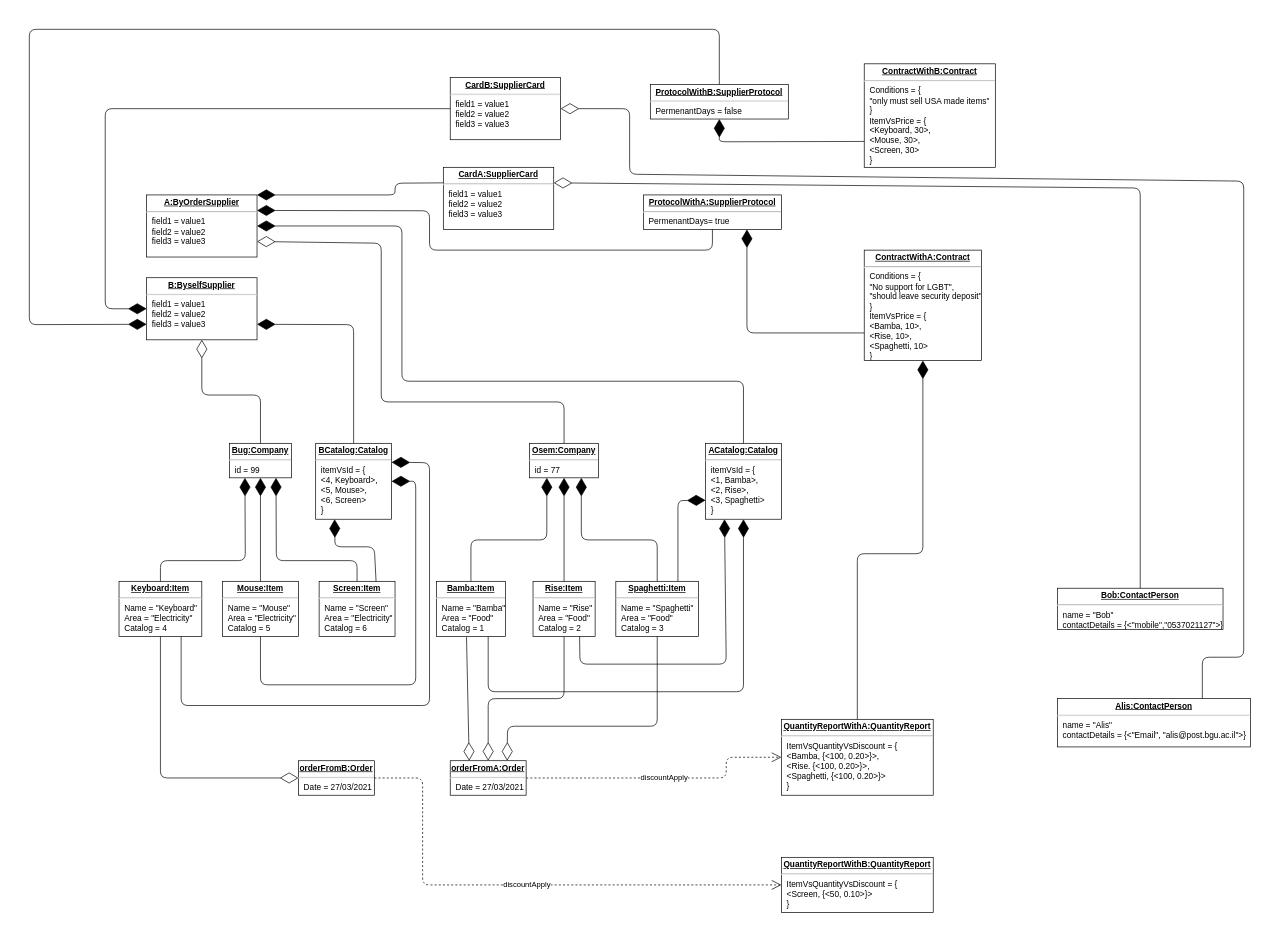
Before: docs/Object Diagram.drawio in TariqGanem/Software-Analysis-Design, a draw.io diagram. Source tidied: cells renumbered, new cells numbered last; positions are measured from the earlier drawing's top-left corner, leaving out a move shared by most shapes. Both pictures are drawn from the tidied source at 69%, with x=0, y=0 at pixel (29, 29).
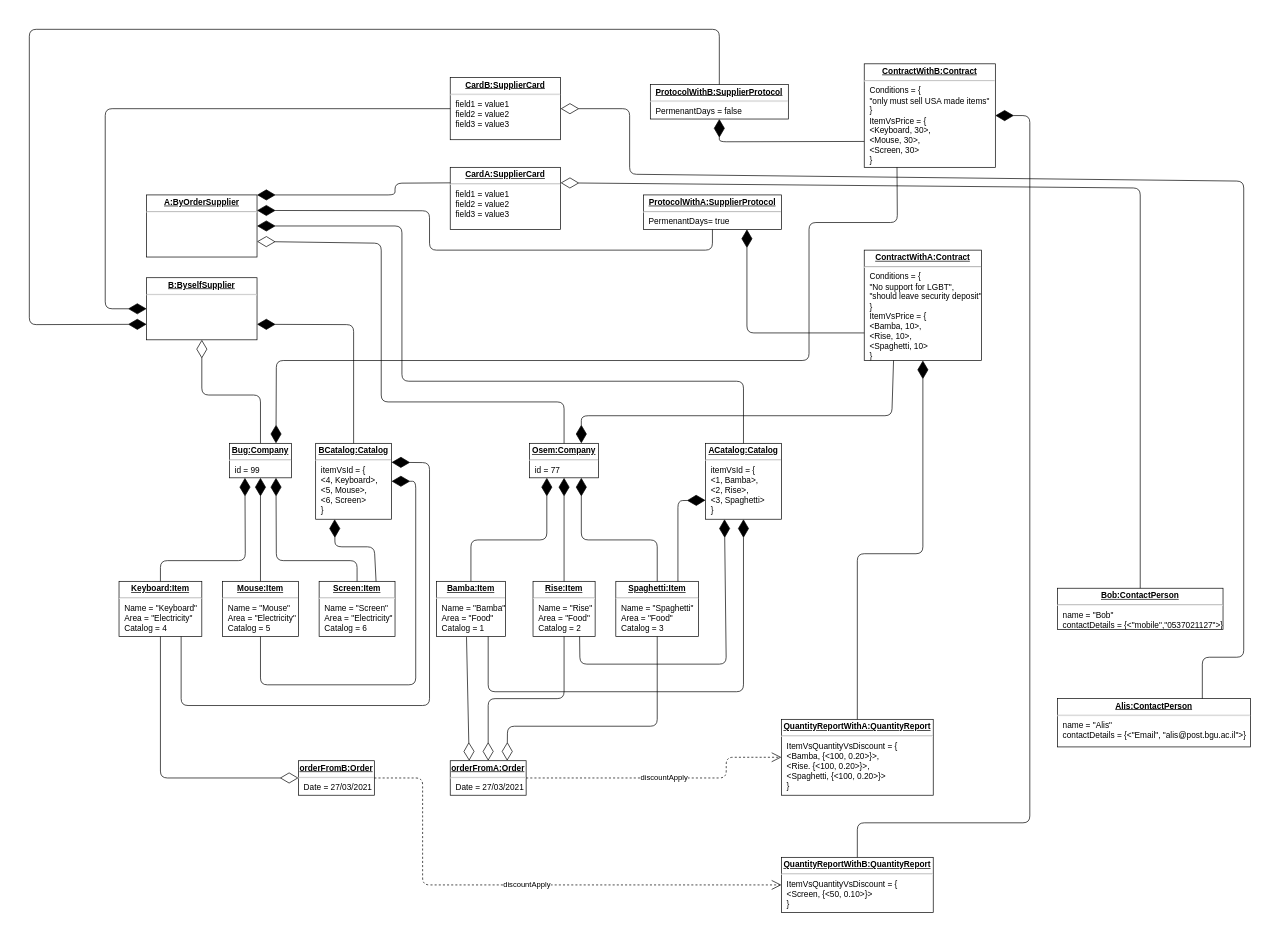
The same diagram, later.

Unchanged cells that the change refers to:
```xml
<mxCell id="6" value="&lt;p style=&quot;margin: 0px ; margin-top: 4px ; text-align: center ; text-decoration: underline&quot;&gt;&lt;b&gt;ContractWithB:Contract&lt;/b&gt;&lt;/p&gt;&lt;hr&gt;&lt;p style=&quot;margin: 0px 0px 0px 8px&quot;&gt;Conditions = {&lt;/p&gt;&lt;p style=&quot;margin: 0px 0px 0px 8px&quot;&gt;&quot;only must sell USA made items&quot;&lt;/p&gt;&lt;p style=&quot;margin: 0px 0px 0px 8px&quot;&gt;&lt;span&gt;}&lt;/span&gt;&lt;br&gt;&lt;/p&gt;&lt;p style=&quot;margin: 0px 0px 0px 8px&quot;&gt;ItemVsPrice = {&lt;/p&gt;&lt;p style=&quot;margin: 0px 0px 0px 8px&quot;&gt;&amp;lt;Keyboard, 30&amp;gt;,&lt;/p&gt;&lt;p style=&quot;margin: 0px 0px 0px 8px&quot;&gt;&amp;lt;Mouse, 30&amp;gt;,&lt;/p&gt;&lt;p style=&quot;margin: 0px 0px 0px 8px&quot;&gt;&amp;lt;Screen, 30&amp;gt;&lt;/p&gt;&lt;p style=&quot;margin: 0px 0px 0px 8px&quot;&gt;}&lt;/p&gt;" style="verticalAlign=top;align=left;overflow=fill;fontSize=12;fontFamily=Helvetica;html=1;" parent="1" vertex="1">
  <mxGeometry x="1210" y="50" width="190" height="150" as="geometry" />
</mxCell>
<mxCell id="7" value="&lt;p style=&quot;margin: 0px ; margin-top: 4px ; text-align: center ; text-decoration: underline&quot;&gt;&lt;b&gt;ContractWithA:Contract&lt;/b&gt;&lt;/p&gt;&lt;hr&gt;&lt;p style=&quot;margin: 0px ; margin-left: 8px&quot;&gt;Conditions = {&lt;/p&gt;&lt;p style=&quot;margin: 0px ; margin-left: 8px&quot;&gt;&quot;No support for LGBT&quot;,&lt;/p&gt;&lt;p style=&quot;margin: 0px ; margin-left: 8px&quot;&gt;&quot;should leave security deposit&quot;&lt;/p&gt;&lt;p style=&quot;margin: 0px ; margin-left: 8px&quot;&gt;}&lt;/p&gt;&lt;p style=&quot;margin: 0px ; margin-left: 8px&quot;&gt;ItemVsPrice = {&lt;/p&gt;&lt;p style=&quot;margin: 0px ; margin-left: 8px&quot;&gt;&amp;lt;Bamba, 10&amp;gt;,&lt;/p&gt;&lt;p style=&quot;margin: 0px ; margin-left: 8px&quot;&gt;&amp;lt;Rise, 10&amp;gt;,&lt;/p&gt;&lt;p style=&quot;margin: 0px ; margin-left: 8px&quot;&gt;&amp;lt;Spaghetti, 10&amp;gt;&lt;/p&gt;&lt;p style=&quot;margin: 0px ; margin-left: 8px&quot;&gt;&lt;span&gt;}&lt;/span&gt;&lt;/p&gt;" style="verticalAlign=top;align=left;overflow=fill;fontSize=12;fontFamily=Helvetica;html=1;" parent="1" vertex="1">
  <mxGeometry x="1210" y="320" width="170" height="160" as="geometry" />
</mxCell>
<mxCell id="10" value="&lt;p style=&quot;margin: 0px ; margin-top: 4px ; text-align: center ; text-decoration: underline&quot;&gt;&lt;b&gt;Osem:Company&lt;/b&gt;&lt;/p&gt;&lt;hr&gt;&lt;p style=&quot;margin: 0px ; margin-left: 8px&quot;&gt;id = 77&lt;br&gt;&lt;br&gt;&lt;/p&gt;" style="verticalAlign=top;align=left;overflow=fill;fontSize=12;fontFamily=Helvetica;html=1;" parent="1" vertex="1">
  <mxGeometry x="725" y="600" width="100" height="50" as="geometry" />
</mxCell>
<mxCell id="11" value="&lt;p style=&quot;margin: 0px ; margin-top: 4px ; text-align: center ; text-decoration: underline&quot;&gt;&lt;b&gt;QuantityReportWithB:QuantityReport&lt;/b&gt;&lt;/p&gt;&lt;hr&gt;&lt;p style=&quot;margin: 0px 0px 0px 8px&quot;&gt;ItemVsQuantityVsDiscount = {&amp;nbsp;&lt;/p&gt;&lt;p style=&quot;margin: 0px 0px 0px 8px&quot;&gt;&lt;span&gt;&amp;lt;Screen, {&amp;lt;50, 0.10&amp;gt;}&amp;gt;&lt;/span&gt;&lt;/p&gt;&lt;p style=&quot;margin: 0px 0px 0px 8px&quot;&gt;}&lt;/p&gt;" style="verticalAlign=top;align=left;overflow=fill;fontSize=12;fontFamily=Helvetica;html=1;" parent="1" vertex="1">
  <mxGeometry x="1090" y="1200" width="220" height="80" as="geometry" />
</mxCell>
<mxCell id="26" value="&lt;p style=&quot;margin: 0px ; margin-top: 4px ; text-align: center ; text-decoration: underline&quot;&gt;&lt;b&gt;Bug:Company&lt;/b&gt;&lt;/p&gt;&lt;hr&gt;&lt;p style=&quot;margin: 0px ; margin-left: 8px&quot;&gt;id = 99&lt;br&gt;&lt;/p&gt;" style="verticalAlign=top;align=left;overflow=fill;fontSize=12;fontFamily=Helvetica;html=1;" parent="25" vertex="1">
  <mxGeometry x="160" width="90" height="50" as="geometry" />
</mxCell>
```

Diff of the diagram source:
```diff
@@
-    <mxCell id="3" value="&lt;p style=&quot;margin: 0px ; margin-top: 4px ; text-align: center ; text-decoration: underline&quot;&gt;&lt;b&gt;B:ByselfSupplier&lt;/b&gt;&lt;/p&gt;&lt;hr&gt;&lt;p style=&quot;margin: 0px ; margin-left: 8px&quot;&gt;field1 = value1&lt;br&gt;field2 = value2&lt;br&gt;field3 = value3&lt;/p&gt;" style="verticalAlign=top;align=left;overflow=fill;fontSize=12;fontFamily=Helvetica;html=1;" parent="1" vertex="1">
+    <mxCell id="3" value="&lt;p style=&quot;margin: 0px ; margin-top: 4px ; text-align: center ; text-decoration: underline&quot;&gt;&lt;b&gt;B:ByselfSupplier&lt;/b&gt;&lt;/p&gt;&lt;hr&gt;&lt;p style=&quot;margin: 0px ; margin-left: 8px&quot;&gt;&lt;br&gt;&lt;/p&gt;" style="verticalAlign=top;align=left;overflow=fill;fontSize=12;fontFamily=Helvetica;html=1;" parent="1" vertex="1">
       <mxGeometry x="170" y="360" width="160" height="90" as="geometry" />
     </mxCell>
@@
-    <mxCell id="8" value="&lt;p style=&quot;margin: 0px ; margin-top: 4px ; text-align: center ; text-decoration: underline&quot;&gt;&lt;b&gt;A:ByOrderSupplier&lt;/b&gt;&lt;/p&gt;&lt;hr&gt;&lt;p style=&quot;margin: 0px ; margin-left: 8px&quot;&gt;field1 = value1&lt;br&gt;field2 = value2&lt;br&gt;field3 = value3&lt;/p&gt;" style="verticalAlign=top;align=left;overflow=fill;fontSize=12;fontFamily=Helvetica;html=1;" parent="1" vertex="1">
+    <mxCell id="8" value="&lt;p style=&quot;margin: 0px ; margin-top: 4px ; text-align: center ; text-decoration: underline&quot;&gt;&lt;b&gt;A:ByOrderSupplier&lt;/b&gt;&lt;/p&gt;&lt;hr&gt;&lt;p style=&quot;margin: 0px ; margin-left: 8px&quot;&gt;&lt;br&gt;&lt;/p&gt;" style="verticalAlign=top;align=left;overflow=fill;fontSize=12;fontFamily=Helvetica;html=1;" parent="1" vertex="1">
       <mxGeometry x="170" y="240" width="160" height="90" as="geometry" />
     </mxCell>
@@
     <mxCell id="19" value="&lt;p style=&quot;margin: 0px ; margin-top: 4px ; text-align: center ; text-decoration: underline&quot;&gt;&lt;b&gt;CardA:SupplierCard&lt;/b&gt;&lt;/p&gt;&lt;hr&gt;&lt;p style=&quot;margin: 0px ; margin-left: 8px&quot;&gt;field1 = value1&lt;br&gt;field2 = value2&lt;br&gt;field3 = value3&lt;/p&gt;" style="verticalAlign=top;align=left;overflow=fill;fontSize=12;fontFamily=Helvetica;html=1;" parent="1" vertex="1">
-      <mxGeometry x="600" y="200" width="160" height="90" as="geometry" />
+      <mxGeometry x="610" y="200" width="160" height="90" as="geometry" />
     </mxCell>
@@
+    <mxCell id="59" style="endArrow=diamondThin;endFill=1;endSize=24;html=1;exitX=0.5;exitY=0;exitDx=0;exitDy=0;entryX=1;entryY=0.5;entryDx=0;entryDy=0;" parent="1" edge="1" source="11" target="6">
+      <mxGeometry relative="1" as="geometry">
+        <Array as="points">
+          <mxPoint x="1200" y="1150" />
+          <mxPoint x="1450" y="1150" />
+          <mxPoint x="1450" y="125" />
+        </Array>
+      </mxGeometry>
+    </mxCell>
+    <mxCell id="60" style="endArrow=diamondThin;endFill=1;endSize=24;html=1;exitX=0.25;exitY=1;exitDx=0;exitDy=0;entryX=0.75;entryY=0;entryDx=0;entryDy=0;" parent="1" edge="1" source="7" target="10">
+      <mxGeometry relative="1" as="geometry">
+        <Array as="points">
+          <mxPoint x="1250" y="560" />
+          <mxPoint x="800" y="560" />
+        </Array>
+      </mxGeometry>
+    </mxCell>
+    <mxCell id="61" style="endArrow=diamondThin;endFill=1;endSize=24;html=1;exitX=0.25;exitY=1;exitDx=0;exitDy=0;entryX=0.75;entryY=0;entryDx=0;entryDy=0;" parent="1" edge="1" source="6" target="26">
+      <mxGeometry relative="1" as="geometry">
+        <Array as="points">
+          <mxPoint x="1258" y="280" />
+          <mxPoint x="1130" y="280" />
+          <mxPoint x="1130" y="480" />
+          <mxPoint x="358" y="480" />
+        </Array>
+      </mxGeometry>
+    </mxCell>
```
